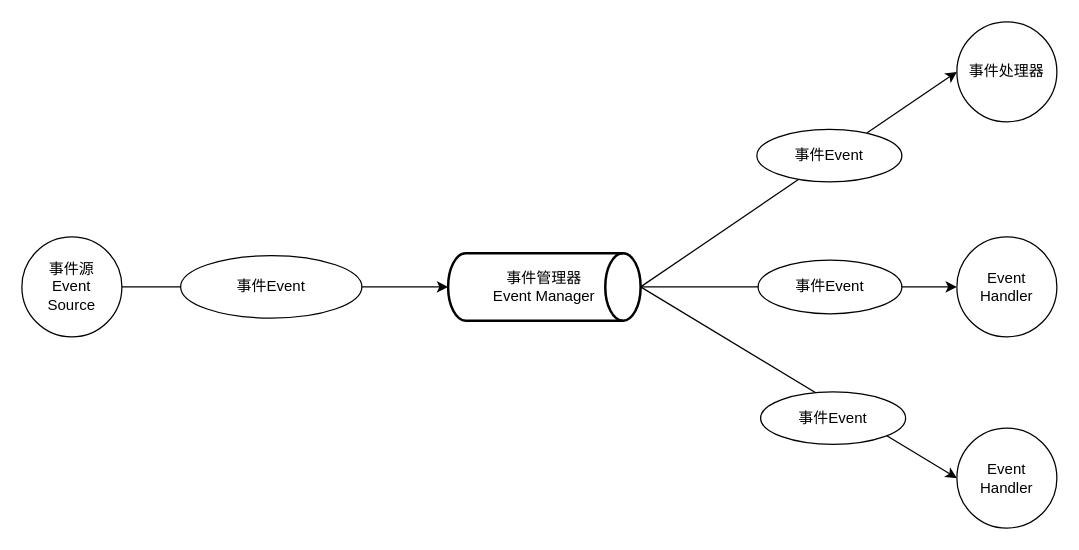
Above: 软考.drawio in xiaodongYao/DrawIO (draw.io), before the change. Source tidied: cells renumbered, new cells numbered last; positions are measured from the earlier drawing's top-left corner, leaving out a move shared by most shapes. Both pictures are drawn from the tidied source at 125%, with x=0, y=0 at pixel (21, 21).
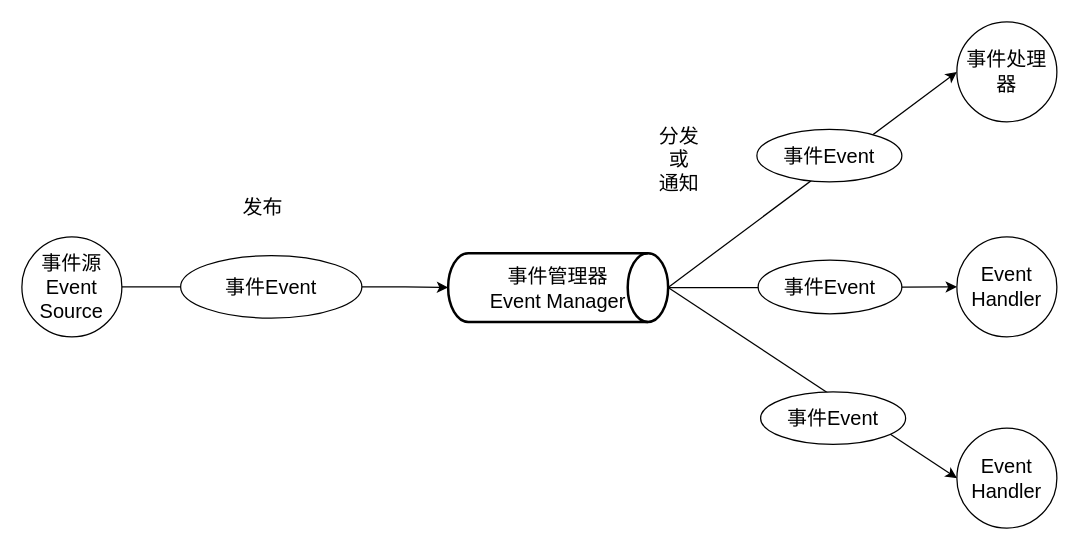
The same diagram, later.

Diff of the diagram source:
```diff
@@
 <mxGraphModel>
   <root>
     <mxCell id="0" />
     <mxCell id="1" parent="0" />
-    <mxCell id="2" style="edgeStyle=orthogonalEdgeStyle;rounded=0;jettySize=auto;html=1;" parent="1" edge="1" source="3" target="7">
+    <mxCell id="2" style="edgeStyle=orthogonalEdgeStyle;rounded=0;jettySize=auto;html=1;fontSize=16;" parent="1" edge="1" source="3" target="7">
       <mxGeometry relative="1" as="geometry" />
     </mxCell>
-    <mxCell id="3" value="事件Event" style="ellipse;whiteSpace=wrap;html=1;" parent="1" vertex="1">
+    <mxCell id="3" value="事件Event" style="ellipse;whiteSpace=wrap;html=1;fontSize=16;" parent="1" vertex="1">
       <mxGeometry x="127" y="187" width="145" height="50" as="geometry" />
     </mxCell>
-    <mxCell id="4" style="rounded=0;jettySize=auto;html=1;exitX=1;exitY=0.5;exitDx=0;exitDy=0;exitPerimeter=0;entryX=0;entryY=0.5;entryDx=0;entryDy=0;" parent="1" edge="1" source="7" target="12">
+    <mxCell id="4" style="rounded=0;jettySize=auto;html=1;exitX=1;exitY=0.5;exitDx=0;exitDy=0;exitPerimeter=0;entryX=0;entryY=0.5;entryDx=0;entryDy=0;fontSize=16;" parent="1" edge="1" source="7" target="12">
       <mxGeometry relative="1" as="geometry" />
     </mxCell>
-    <mxCell id="5" style="edgeStyle=orthogonalEdgeStyle;rounded=0;jettySize=auto;html=1;exitX=1;exitY=0.5;exitDx=0;exitDy=0;exitPerimeter=0;entryX=0;entryY=0.5;entryDx=0;entryDy=0;" parent="1" edge="1" source="7" target="13">
+    <mxCell id="5" style="edgeStyle=orthogonalEdgeStyle;rounded=0;jettySize=auto;html=1;exitX=1;exitY=0.5;exitDx=0;exitDy=0;exitPerimeter=0;entryX=0;entryY=0.5;entryDx=0;entryDy=0;fontSize=16;" parent="1" edge="1" source="7" target="13">
       <mxGeometry relative="1" as="geometry" />
     </mxCell>
-    <mxCell id="6" style="rounded=0;jettySize=auto;html=1;exitX=1;exitY=0.5;exitDx=0;exitDy=0;exitPerimeter=0;entryX=0;entryY=0.5;entryDx=0;entryDy=0;" parent="1" edge="1" source="7" target="14">
+    <mxCell id="6" style="rounded=0;jettySize=auto;html=1;exitX=1;exitY=0.5;exitDx=0;exitDy=0;exitPerimeter=0;entryX=0;entryY=0.5;entryDx=0;entryDy=0;fontSize=16;" parent="1" edge="1" source="7" target="14">
       <mxGeometry relative="1" as="geometry" />
     </mxCell>
-    <mxCell id="7" value="事件管理器&lt;br&gt;Event Manager" style="strokeWidth=2;html=1;shape=mxgraph.flowchart.direct_data;whiteSpace=wrap;" parent="1" vertex="1">
-      <mxGeometry x="341" y="185" width="154" height="54" as="geometry" />
+    <mxCell id="7" value="事件管理器&lt;br style=&quot;font-size: 16px;&quot;&gt;Event Manager" style="strokeWidth=2;html=1;shape=mxgraph.flowchart.direct_data;whiteSpace=wrap;fontSize=16;" parent="1" vertex="1">
+      <mxGeometry x="341" y="185" width="176" height="55" as="geometry" />
     </mxCell>
-    <mxCell id="8" value="事件源&lt;br&gt;Event&lt;br&gt;Source" style="ellipse;whiteSpace=wrap;html=1;" parent="1" vertex="1">
+    <mxCell id="8" value="事件源&lt;br style=&quot;font-size: 16px;&quot;&gt;Event&lt;br style=&quot;font-size: 16px;&quot;&gt;Source" style="ellipse;whiteSpace=wrap;html=1;fontSize=16;" parent="1" vertex="1">
       <mxGeometry y="172" width="80" height="80" as="geometry" />
     </mxCell>
-    <mxCell id="9" value="事件Event" style="ellipse;whiteSpace=wrap;html=1;" parent="1" vertex="1">
+    <mxCell id="9" value="事件Event" style="ellipse;whiteSpace=wrap;html=1;fontSize=16;" parent="1" vertex="1">
       <mxGeometry x="589" y="190.5" width="115" height="43" as="geometry" />
     </mxCell>
-    <mxCell id="10" value="事件Event" style="ellipse;whiteSpace=wrap;html=1;" parent="1" vertex="1">
+    <mxCell id="10" value="事件Event" style="ellipse;whiteSpace=wrap;html=1;fontSize=16;" parent="1" vertex="1">
       <mxGeometry x="588" y="86" width="116" height="42" as="geometry" />
     </mxCell>
-    <mxCell id="11" value="事件Event" style="ellipse;whiteSpace=wrap;html=1;" parent="1" vertex="1">
+    <mxCell id="11" value="事件Event" style="ellipse;whiteSpace=wrap;html=1;fontSize=16;" parent="1" vertex="1">
       <mxGeometry x="591" y="296" width="116" height="42" as="geometry" />
     </mxCell>
-    <mxCell id="12" value="事件处理器" style="ellipse;whiteSpace=wrap;html=1;" parent="1" vertex="1">
+    <mxCell id="12" value="事件处理器" style="ellipse;whiteSpace=wrap;html=1;fontSize=16;" parent="1" vertex="1">
       <mxGeometry x="748" width="80" height="80" as="geometry" />
     </mxCell>
-    <mxCell id="13" value="Event&lt;br&gt;Handler" style="ellipse;whiteSpace=wrap;html=1;" parent="1" vertex="1">
+    <mxCell id="13" value="Event&lt;br style=&quot;font-size: 16px;&quot;&gt;Handler" style="ellipse;whiteSpace=wrap;html=1;fontSize=16;" parent="1" vertex="1">
       <mxGeometry x="748" y="172" width="80" height="80" as="geometry" />
     </mxCell>
-    <mxCell id="14" value="Event&lt;br style=&quot;border-color: var(--border-color);&quot;&gt;Handler" style="ellipse;whiteSpace=wrap;html=1;" parent="1" vertex="1">
+    <mxCell id="14" value="Event&lt;br style=&quot;border-color: var(--border-color); font-size: 16px;&quot;&gt;Handler" style="ellipse;whiteSpace=wrap;html=1;fontSize=16;" parent="1" vertex="1">
       <mxGeometry x="748" y="325" width="80" height="80" as="geometry" />
     </mxCell>
-    <mxCell id="15" style="endArrow=none;html=1;rounded=0;entryX=0;entryY=0.5;entryDx=0;entryDy=0;exitX=1;exitY=0.5;exitDx=0;exitDy=0;" parent="1" edge="1" source="8" target="3">
+    <mxCell id="15" style="endArrow=none;html=1;rounded=0;entryX=0;entryY=0.5;entryDx=0;entryDy=0;exitX=1;exitY=0.5;exitDx=0;exitDy=0;fontSize=16;" parent="1" edge="1" source="8" target="3">
       <mxGeometry relative="1" as="geometry" />
     </mxCell>
+    <mxCell id="16" value="发布" style="text;html=1;strokeColor=none;fillColor=none;align=center;verticalAlign=middle;whiteSpace=wrap;rounded=0;fontSize=16;" parent="1" vertex="1">
+      <mxGeometry x="163" y="133" width="60" height="30" as="geometry" />
+    </mxCell>
+    <mxCell id="17" value="分发&lt;br style=&quot;font-size: 16px;&quot;&gt;或&lt;br style=&quot;font-size: 16px;&quot;&gt;通知" style="text;html=1;strokeColor=none;fillColor=none;align=center;verticalAlign=middle;whiteSpace=wrap;rounded=0;fontSize=16;" parent="1" vertex="1">
+      <mxGeometry x="484" y="80" width="84" height="59" as="geometry" />
+    </mxCell>
   </root>
 </mxGraphModel>
```
